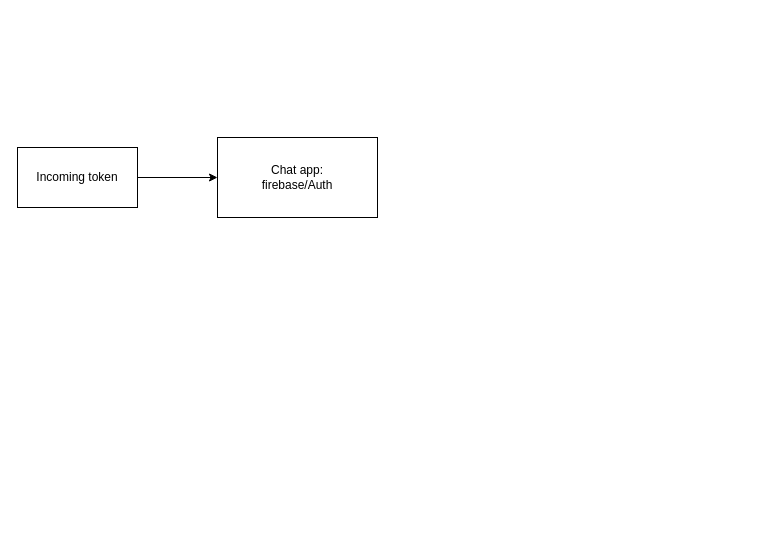
This is Padi ChatApp Auth.drawio from yogiprsetya/app.diagrams.net, a draw.io file, before an edit. Source tidied: cells renumbered, new cells numbered last; positions are measured from the earlier drawing's top-left corner, leaving out a move shared by most shapes. Both pictures are drawn from the tidied source at 100%, with x=0, y=0 at pixel (17, 137).
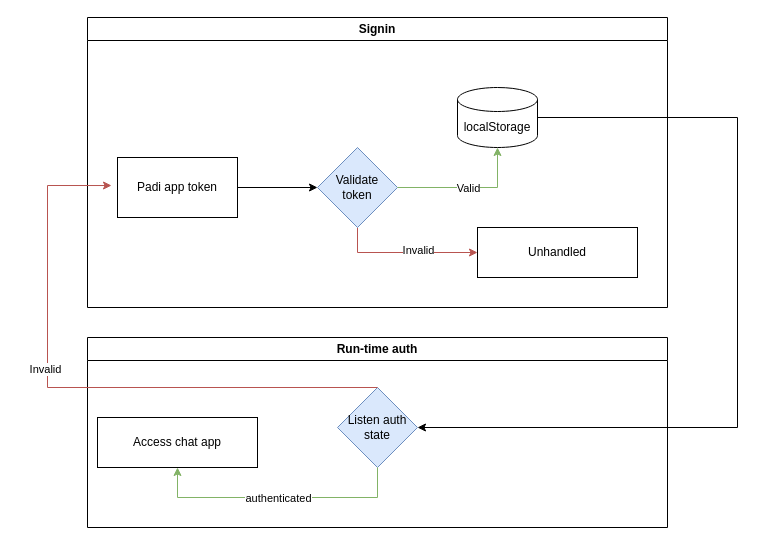
After the change.

What changed in the source:
```diff
@@
+    <mxCell id="5" value="Signin" style="swimlane;whiteSpace=wrap;html=1;" parent="1" vertex="1">
+      <mxGeometry x="70" y="-120" width="580" height="290" as="geometry" />
+    </mxCell>
+    <mxCell id="6" style="group;" parent="5" vertex="1">
+      <mxGeometry x="30" y="70" width="520" height="190" as="geometry" />
+    </mxCell>
-    <mxCell id="2" value="Chat app:&lt;br&gt;firebase/Auth" style="rounded=0;whiteSpace=wrap;html=1;" parent="1" vertex="1">
-      <mxGeometry x="200" width="160" height="80" as="geometry" />
+    <mxCell id="2" value="Unhandled" style="rounded=0;whiteSpace=wrap;html=1;" parent="6" vertex="1">
+      <mxGeometry x="360" y="140" width="160" height="50" as="geometry" />
     </mxCell>
-    <mxCell id="3" style="edgeStyle=orthogonalEdgeStyle;rounded=0;jettySize=auto;html=1;" parent="1" edge="1" source="4" target="2">
+    <mxCell id="3" style="edgeStyle=orthogonalEdgeStyle;rounded=0;jettySize=auto;html=1;entryX=0;entryY=0.5;entryDx=0;entryDy=0;" parent="6" edge="1" source="4" target="9">
       <mxGeometry relative="1" as="geometry" />
     </mxCell>
-    <mxCell id="4" value="Incoming token" style="rounded=0;whiteSpace=wrap;html=1;" parent="1" vertex="1">
-      <mxGeometry y="10" width="120" height="60" as="geometry" />
+    <mxCell id="4" value="Padi app token" style="rounded=0;whiteSpace=wrap;html=1;" parent="6" vertex="1">
+      <mxGeometry y="70" width="120" height="60" as="geometry" />
     </mxCell>
+    <mxCell id="7" style="edgeStyle=orthogonalEdgeStyle;rounded=0;jettySize=auto;html=1;entryX=0;entryY=0.5;entryDx=0;entryDy=0;fillColor=#f8cecc;strokeColor=#b85450;" parent="6" edge="1" source="9" target="2">
+      <mxGeometry relative="1" as="geometry">
+        <Array as="points">
+          <mxPoint x="240" y="165" />
+        </Array>
+      </mxGeometry>
+    </mxCell>
+    <mxCell id="8" value="Invalid" style="edgeLabel;html=1;align=center;verticalAlign=middle;" parent="7" vertex="1">
+      <mxGeometry x="0.17" y="3" relative="1" as="geometry" />
+    </mxCell>
+    <mxCell id="9" value="&lt;div&gt;Validate&lt;/div&gt;&lt;div&gt;token&lt;/div&gt;" style="rhombus;whiteSpace=wrap;html=1;fillColor=#dae8fc;strokeColor=#6c8ebf;" parent="6" vertex="1">
+      <mxGeometry x="200" y="60" width="80" height="80" as="geometry" />
+    </mxCell>
+    <mxCell id="10" value="localStorage" style="shape=cylinder3;whiteSpace=wrap;html=1;boundedLbl=1;backgroundOutline=1;size=12;" parent="6" vertex="1">
+      <mxGeometry x="340" width="80" height="60" as="geometry" />
+    </mxCell>
+    <mxCell id="11" style="endArrow=classic;html=1;rounded=0;exitX=1;exitY=0.5;exitDx=0;exitDy=0;entryX=0.5;entryY=1;entryDx=0;entryDy=0;entryPerimeter=0;fillColor=#d5e8d4;strokeColor=#82b366;" parent="6" edge="1" source="9" target="10">
+      <mxGeometry relative="1" as="geometry">
+        <Array as="points">
+          <mxPoint x="380" y="100" />
+        </Array>
+      </mxGeometry>
+    </mxCell>
+    <mxCell id="12" value="Valid" style="edgeLabel;html=1;align=center;verticalAlign=middle;" parent="11" vertex="1">
+      <mxGeometry relative="1" as="geometry" />
+    </mxCell>
+    <mxCell id="13" value="Run-time auth" style="swimlane;whiteSpace=wrap;html=1;" parent="1" vertex="1">
+      <mxGeometry x="70" y="200" width="580" height="190" as="geometry" />
+    </mxCell>
+    <mxCell id="14" value="Listen auth state" style="rhombus;whiteSpace=wrap;html=1;fillColor=#dae8fc;strokeColor=#6c8ebf;" parent="13" vertex="1">
+      <mxGeometry x="250" y="50" width="80" height="80" as="geometry" />
+    </mxCell>
+    <mxCell id="15" style="endArrow=classic;html=1;rounded=0;exitX=0.5;exitY=1;exitDx=0;exitDy=0;fillColor=#d5e8d4;strokeColor=#82b366;entryX=0.5;entryY=1;entryDx=0;entryDy=0;" parent="13" edge="1" source="14" target="17">
+      <mxGeometry relative="1" as="geometry">
+        <Array as="points">
+          <mxPoint x="290" y="160" />
+          <mxPoint x="90" y="160" />
+        </Array>
+      </mxGeometry>
+    </mxCell>
+    <mxCell id="16" value="authenticated" style="edgeLabel;html=1;align=center;verticalAlign=middle;" parent="15" vertex="1">
+      <mxGeometry relative="1" as="geometry" />
+    </mxCell>
+    <mxCell id="17" value="Access chat app" style="rounded=0;whiteSpace=wrap;html=1;" parent="13" vertex="1">
+      <mxGeometry x="10" y="80" width="160" height="50" as="geometry" />
+    </mxCell>
+    <mxCell id="18" style="edgeStyle=orthogonalEdgeStyle;rounded=0;jettySize=auto;html=1;entryX=1;entryY=0.5;entryDx=0;entryDy=0;" parent="1" edge="1" source="10" target="14">
+      <mxGeometry relative="1" as="geometry">
+        <Array as="points">
+          <mxPoint x="720" y="-20" />
+          <mxPoint x="720" y="290" />
+        </Array>
+      </mxGeometry>
+    </mxCell>
+    <mxCell id="19" style="edgeStyle=orthogonalEdgeStyle;rounded=0;jettySize=auto;html=1;entryX=-0.05;entryY=0.467;entryDx=0;entryDy=0;fillColor=#f8cecc;strokeColor=#b85450;exitX=0.5;exitY=0;exitDx=0;exitDy=0;entryPerimeter=0;" parent="1" edge="1" source="14" target="4">
+      <mxGeometry relative="1" as="geometry">
+        <Array as="points">
+          <mxPoint x="30" y="250" />
+          <mxPoint x="30" y="48" />
+        </Array>
+      </mxGeometry>
+    </mxCell>
+    <mxCell id="20" value="Invalid" style="edgeLabel;html=1;align=center;verticalAlign=middle;" parent="19" vertex="1">
+      <mxGeometry x="0.17" y="3" relative="1" as="geometry" />
+    </mxCell>
```
